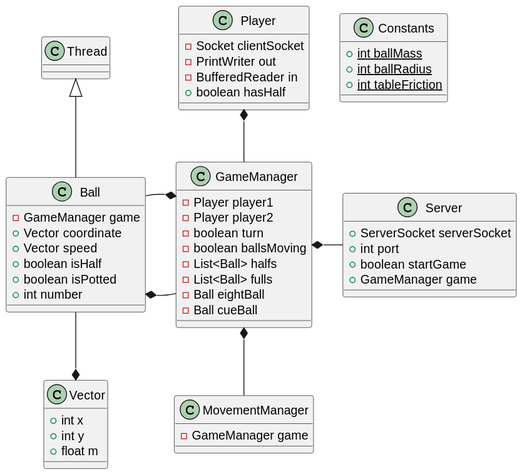
Above: UML/out/Server_ClassDiagram.svg in BmmNdr/8Ball (PlantUML), before the change. The source it was exported from:
```plantuml
@startuml Server_ClassDiagram

    class Server{
        +ServerSocket serverSocket
        +int port
        +boolean startGame
        +GameManager game
    }

    class Ball{
        -GameManager game
        +Vector coordinate
        +Vector speed
        +boolean isHalf
        +boolean isPotted
        +int number
    }

    class Constants{
        {static}+int ballMass
        {static}+int ballRadius
        {static}+int tableFriction
    }

    class GameManager{
        -Player player1
        -Player player2
        -boolean turn
        -boolean ballsMoving
        -List<Ball> halfs
        -List<Ball> fulls
        -Ball eightBall
        -Ball cueBall
    }

    class MovementManager{
        -GameManager game
    }

    class Player{
        -Socket clientSocket
        -PrintWriter out
        -BufferedReader in
        +boolean hasHalf
    }

    class Vector{
        +int x
        +int y
        +float m
    }

    class Thread

    GameManager *-right- Server

    Player *-- GameManager
    Ball *-- GameManager

    GameManager *-right- Ball
    Vector *-up- Ball

    GameManager *-- MovementManager

    Thread <|-- Ball
@enduml
```
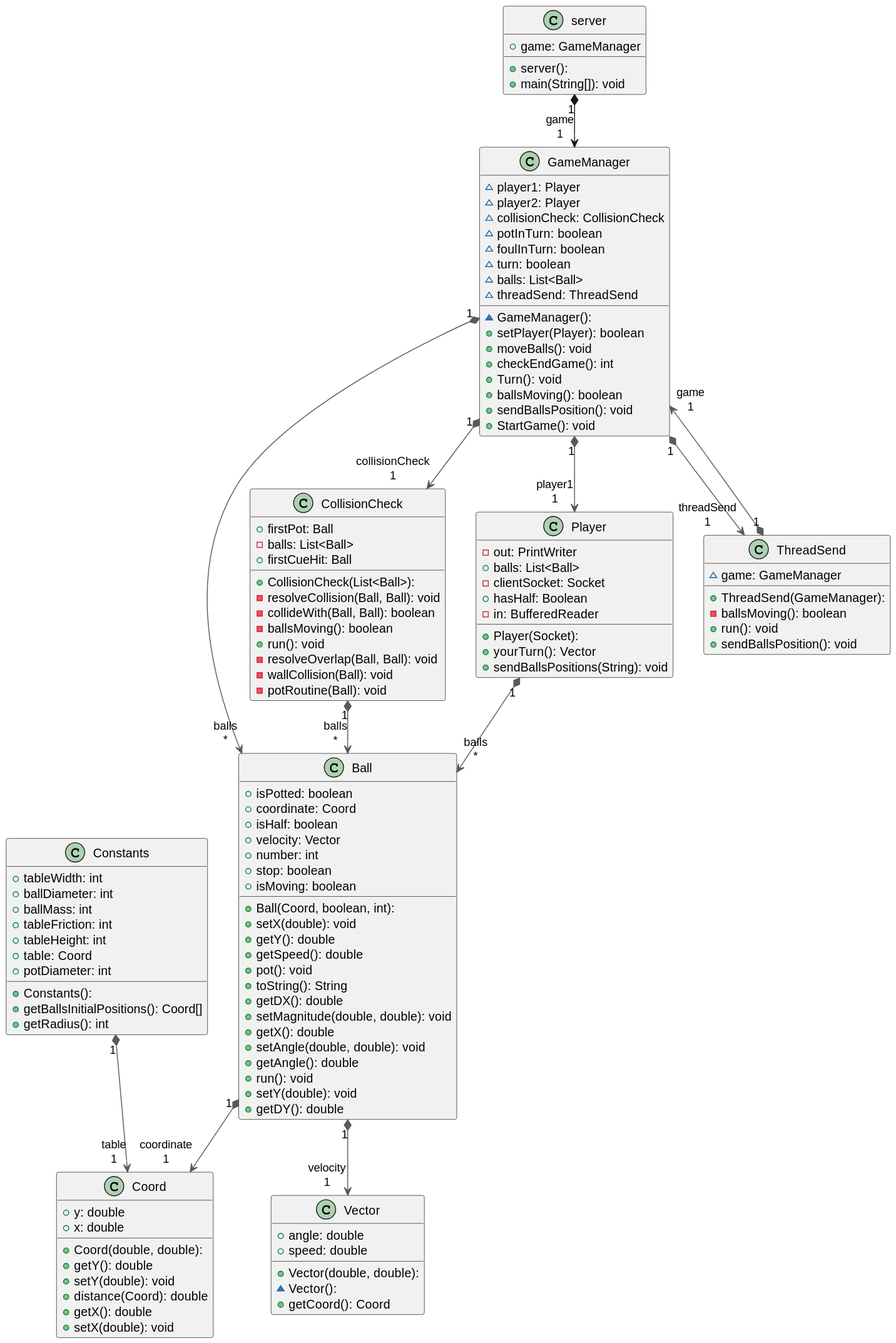
The same diagram one commit later.

Commit message:
Updated Server Class Diagram

Diff of the diagram source:
```diff
@@ -1,66 +1,124 @@
-@startuml Server_ClassDiagram
+@startuml Server
 
-    class Server{
-        +ServerSocket serverSocket
-        +int port
-        +boolean startGame
-        +GameManager game
-    }
+top to bottom direction
 
-    class Ball{
-        -GameManager game
-        +Vector coordinate
-        +Vector speed
-        +boolean isHalf
-        +boolean isPotted
-        +int number
-    }
+class Ball {
+  + Ball(Coord, boolean, int):
+  + isPotted: boolean
+  + coordinate: Coord
+  + isHalf: boolean
+  + velocity: Vector
+  + number: int
+  + stop: boolean
+  + isMoving: boolean
+  + setX(double): void
+  + getY(): double
+  + getSpeed(): double
+  + pot(): void
+  + toString(): String
+  + getDX(): double
+  + setMagnitude(double, double): void
+  + getX(): double
+  + setAngle(double, double): void
+  + getAngle(): double
+  + run(): void
+  + setY(double): void
+  + getDY(): double
+}
+class CollisionCheck {
+  + CollisionCheck(List<Ball>):
+  + firstPot: Ball
+  - balls: List<Ball>
+  + firstCueHit: Ball
+  - resolveCollision(Ball, Ball): void
+  - collideWith(Ball, Ball): boolean
+  - ballsMoving(): boolean
+  + run(): void
+  - resolveOverlap(Ball, Ball): void
+  - wallCollision(Ball): void
+  - potRoutine(Ball): void
+}
+class Constants {
+  + Constants():
+  + tableWidth: int
+  + ballDiameter: int
+  + ballMass: int
+  + tableFriction: int
+  + tableHeight: int
+  + table: Coord
+  + potDiameter: int
+  + getBallsInitialPositions(): Coord[]
+  + getRadius(): int
+}
+class Coord {
+  + Coord(double, double):
+  + y: double
+  + x: double
+  + getY(): double
+  + setY(double): void
+  + distance(Coord): double
+  + getX(): double
+  + setX(double): void
+}
+class GameManager {
+  ~ GameManager():
+  ~ player1: Player
+  ~ player2: Player
+  ~ collisionCheck: CollisionCheck
+  ~ potInTurn: boolean
+  ~ foulInTurn: boolean
+  ~ turn: boolean
+  ~ balls: List<Ball>
+  ~ threadSend: ThreadSend
+  + setPlayer(Player): boolean
+  + moveBalls(): void
+  + checkEndGame(): int
+  + Turn(): void
+  + ballsMoving(): boolean
+  + sendBallsPosition(): void
+  + StartGame(): void
+}
+class Player {
+  + Player(Socket):
+  - out: PrintWriter
+  + balls: List<Ball>
+  - clientSocket: Socket
+  + hasHalf: Boolean
+  - in: BufferedReader
+  + yourTurn(): Vector
+  + sendBallsPositions(String): void
+}
+class ThreadSend {
+  + ThreadSend(GameManager):
+  ~ game: GameManager
+  - ballsMoving(): boolean
+  + run(): void
+  + sendBallsPosition(): void
+}
+class Vector {
+  + Vector(double, double):
+  ~ Vector():
+  + angle: double
+  + speed: double
+  + getCoord(): Coord
+}
+class server {
+  + server():
+  + main(String[]): void
 
-    class Constants{
-        {static}+int ballMass
-        {static}+int ballRadius
-        {static}+int tableFriction
-    }
+  + game: GameManager
+}
 
-    class GameManager{
-        -Player player1
-        -Player player2
-        -boolean turn
-        -boolean ballsMoving
-        -List<Ball> halfs
-        -List<Ball> fulls
-        -Ball eightBall
-        -Ball cueBall
-    }
+Ball           "1" *-[#595959,plain]-> "coordinate\n1" Coord
+Ball           "1" *-[#595959,plain]-> "velocity\n1" Vector
+CollisionCheck "1" *-[#595959,plain]-> "balls\n*" Ball
+Constants      "1" *-[#595959,plain]-> "table\n1" Coord
+GameManager    "1" *-[#595959,plain]-> "balls\n*" Ball
+GameManager    "1" *-[#595959,plain]-> "collisionCheck\n1" CollisionCheck
+GameManager    "1" *-[#595959,plain]-> "player1\n1" Player
+GameManager    "1" *-[#595959,plain]-> "threadSend\n1" ThreadSend
+Player         "1" *-[#595959,plain]-> "balls\n*" Ball
+ThreadSend     "1" *-[#595959,plain]-> "game\n1" GameManager
+server "1" *--> "game\n1" GameManager
 
-    class MovementManager{
-        -GameManager game
-    }
-
-    class Player{
-        -Socket clientSocket
-        -PrintWriter out
-        -BufferedReader in
-        +boolean hasHalf
-    }
-
-    class Vector{
-        +int x
-        +int y
-        +float m
-    }
-
-    class Thread
-
-    GameManager *-right- Server
-
-    Player *-- GameManager
-    Ball *-- GameManager
-
-    GameManager *-right- Ball
-    Vector *-up- Ball
-
-    GameManager *-- MovementManager
-
-    Thread <|-- Ball
 @enduml
```
